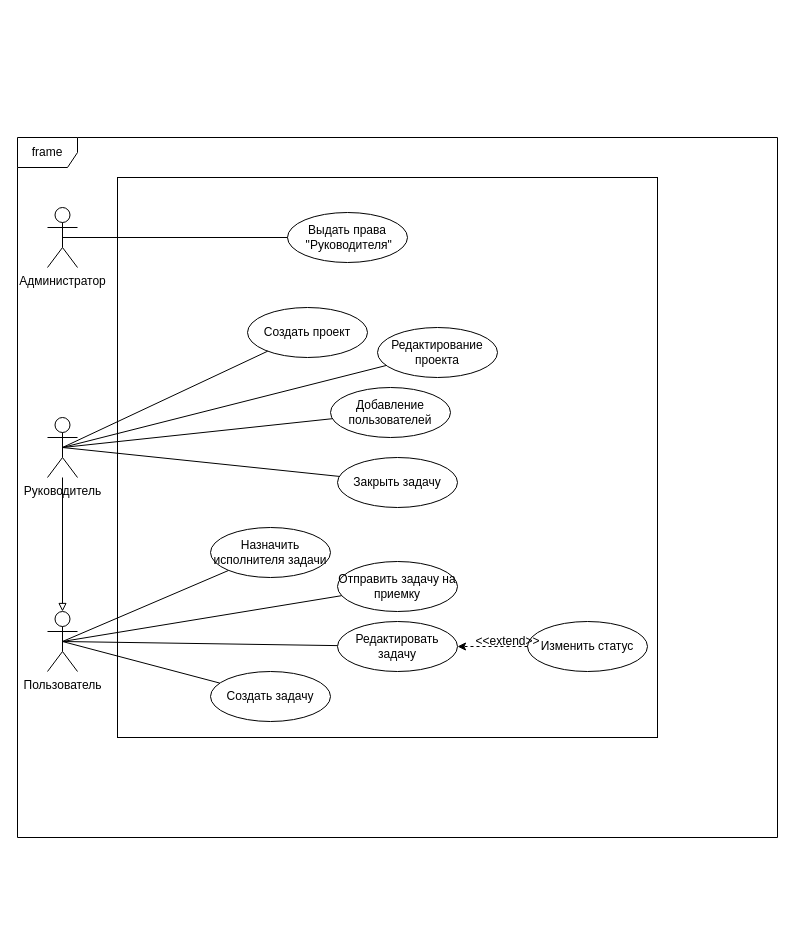
This is docs/diagrams/useCase/base.drawio from chenko16/task-managment, a draw.io file, before an edit. Source tidied: cells renumbered, new cells numbered last; positions are measured from the earlier drawing's top-left corner, leaving out a move shared by most shapes. Both pictures are drawn from the tidied source at 100%, with x=0, y=0 at pixel (17, 137).
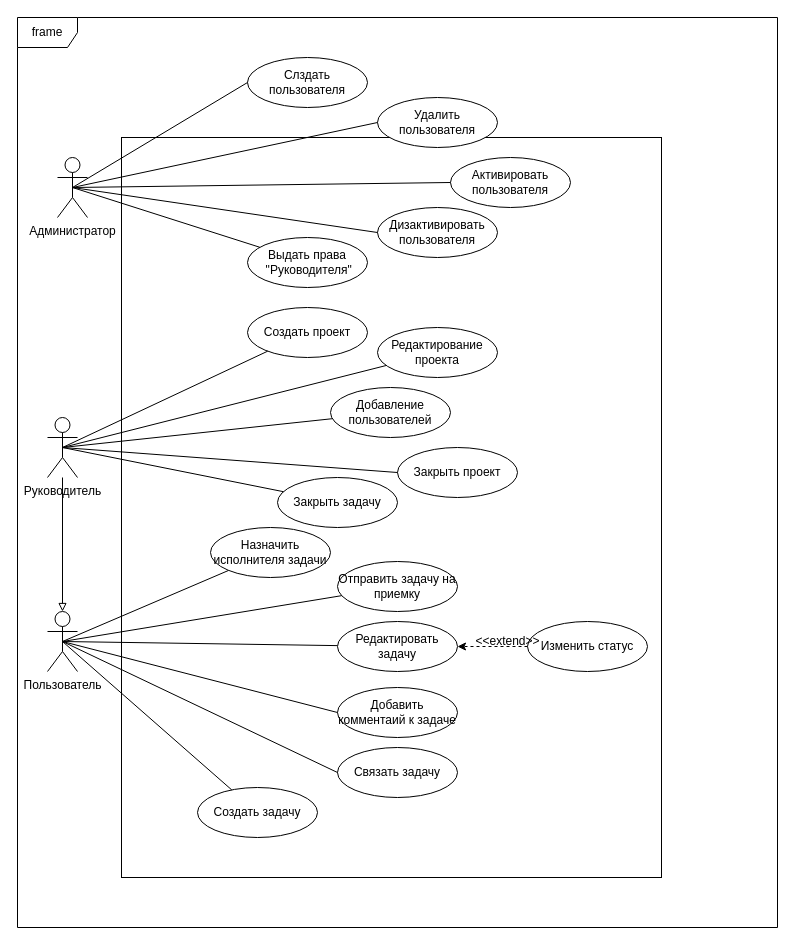
After the change.

Commit message:
Исправлена UseCase Diagram

The change refers to these unchanged cells:
```xml
<mxCell id="4" value="Руководитель" style="shape=umlActor;verticalLabelPosition=bottom;labelBackgroundColor=#ffffff;verticalAlign=top;html=1;outlineConnect=0;" parent="1" vertex="1">
  <mxGeometry x="30" y="280" width="30" height="60" as="geometry" />
</mxCell>
<mxCell id="8" value="Пользователь&lt;br&gt;" style="shape=umlActor;verticalLabelPosition=bottom;labelBackgroundColor=#ffffff;verticalAlign=top;html=1;outlineConnect=0;" parent="1" vertex="1">
  <mxGeometry x="30" y="474" width="30" height="60" as="geometry" />
</mxCell>
```

Diff of the diagram source:
```diff
@@
+    <mxCell id="3" value="frame" style="shape=umlFrame;whiteSpace=wrap;html=1;" parent="1" vertex="1">
+      <mxGeometry y="-120" width="760" height="910" as="geometry" />
+    </mxCell>
     <mxCell id="2" style="rounded=0;whiteSpace=wrap;html=1;" parent="1" vertex="1">
-      <mxGeometry x="100" y="40" width="540" height="560" as="geometry" />
+      <mxGeometry x="104" width="540" height="740" as="geometry" />
     </mxCell>
-    <mxCell id="3" value="frame" style="shape=umlFrame;whiteSpace=wrap;html=1;" parent="1" vertex="1">
-      <mxGeometry width="760" height="700" as="geometry" />
-    </mxCell>
@@
     <mxCell id="5" value="Администратор" style="shape=umlActor;verticalLabelPosition=bottom;labelBackgroundColor=#ffffff;verticalAlign=top;html=1;outlineConnect=0;" parent="1" vertex="1">
-      <mxGeometry x="30" y="70" width="30" height="60" as="geometry" />
+      <mxGeometry x="40" y="20" width="30" height="60" as="geometry" />
     </mxCell>
@@
     <mxCell id="9" value="Выдать права&lt;br&gt;&amp;nbsp;&quot;Руководителя&quot;" style="ellipse;whiteSpace=wrap;html=1;" parent="1" vertex="1">
-      <mxGeometry x="270" y="75" width="120" height="50" as="geometry" />
+      <mxGeometry x="230" y="100" width="120" height="50" as="geometry" />
     </mxCell>
@@
-    <mxCell id="11" style="edgeStyle=orthogonalEdgeStyle;rounded=0;jettySize=auto;html=1;exitX=0.5;exitY=0.5;exitDx=0;exitDy=0;exitPerimeter=0;endArrow=none;endFill=0;" parent="1" edge="1" source="5" target="9">
+    <mxCell id="11" style="rounded=0;jettySize=auto;html=1;exitX=0.5;exitY=0.5;exitDx=0;exitDy=0;exitPerimeter=0;endArrow=none;endFill=0;" parent="1" edge="1" source="5" target="9">
       <mxGeometry relative="1" as="geometry" />
     </mxCell>
@@
     <mxCell id="18" value="Создать задачу" style="ellipse;whiteSpace=wrap;html=1;" parent="1" vertex="1">
-      <mxGeometry x="193" y="534" width="120" height="50" as="geometry" />
+      <mxGeometry x="180" y="650" width="120" height="50" as="geometry" />
     </mxCell>
     <mxCell id="19" value="Закрыть задачу" style="ellipse;whiteSpace=wrap;html=1;" parent="1" vertex="1">
-      <mxGeometry x="320" y="320" width="120" height="50" as="geometry" />
+      <mxGeometry x="260" y="340" width="120" height="50" as="geometry" />
     </mxCell>
@@
+    <mxCell id="29" value="Слздать пользователя" style="ellipse;whiteSpace=wrap;html=1;" parent="1" vertex="1">
+      <mxGeometry x="230" y="-80" width="120" height="50" as="geometry" />
+    </mxCell>
+    <mxCell id="30" value="Удалить пользователя" style="ellipse;whiteSpace=wrap;html=1;" parent="1" vertex="1">
+      <mxGeometry x="360" y="-40" width="120" height="50" as="geometry" />
+    </mxCell>
+    <mxCell id="31" value="Активировать пользователя" style="ellipse;whiteSpace=wrap;html=1;" parent="1" vertex="1">
+      <mxGeometry x="433" y="20" width="120" height="50" as="geometry" />
+    </mxCell>
+    <mxCell id="32" value="Дизактивировать пользователя" style="ellipse;whiteSpace=wrap;html=1;" parent="1" vertex="1">
+      <mxGeometry x="360" y="70" width="120" height="50" as="geometry" />
+    </mxCell>
+    <mxCell id="33" style="rounded=0;jettySize=auto;html=1;exitX=0.5;exitY=0.5;exitDx=0;exitDy=0;exitPerimeter=0;endArrow=none;endFill=0;entryX=0;entryY=0.5;entryDx=0;entryDy=0;" parent="1" edge="1" source="5" target="29">
+      <mxGeometry relative="1" as="geometry" />
+    </mxCell>
+    <mxCell id="34" style="rounded=0;jettySize=auto;html=1;exitX=0.5;exitY=0.5;exitDx=0;exitDy=0;exitPerimeter=0;endArrow=none;endFill=0;entryX=0;entryY=0.5;entryDx=0;entryDy=0;" parent="1" edge="1" source="5" target="30">
+      <mxGeometry relative="1" as="geometry" />
+    </mxCell>
+    <mxCell id="35" style="rounded=0;jettySize=auto;html=1;exitX=0.5;exitY=0.5;exitDx=0;exitDy=0;exitPerimeter=0;endArrow=none;endFill=0;entryX=0;entryY=0.5;entryDx=0;entryDy=0;" parent="1" edge="1" source="5" target="31">
+      <mxGeometry relative="1" as="geometry" />
+    </mxCell>
+    <mxCell id="36" style="rounded=0;jettySize=auto;html=1;exitX=0.5;exitY=0.5;exitDx=0;exitDy=0;exitPerimeter=0;endArrow=none;endFill=0;entryX=0;entryY=0.5;entryDx=0;entryDy=0;" parent="1" edge="1" source="5" target="32">
+      <mxGeometry relative="1" as="geometry" />
+    </mxCell>
+    <mxCell id="37" value="Добавить комментаий к задаче" style="ellipse;whiteSpace=wrap;html=1;" parent="1" vertex="1">
+      <mxGeometry x="320" y="550" width="120" height="50" as="geometry" />
+    </mxCell>
+    <mxCell id="38" style="edgeStyle=none;rounded=0;jettySize=auto;html=1;exitX=0.5;exitY=0.5;exitDx=0;exitDy=0;exitPerimeter=0;endArrow=none;endFill=0;entryX=0;entryY=0.5;entryDx=0;entryDy=0;" parent="1" edge="1" source="8" target="37">
+      <mxGeometry relative="1" as="geometry" />
+    </mxCell>
+    <mxCell id="39" value="Закрыть проект" style="ellipse;whiteSpace=wrap;html=1;" parent="1" vertex="1">
+      <mxGeometry x="380" y="310" width="120" height="50" as="geometry" />
+    </mxCell>
+    <mxCell id="40" style="edgeStyle=none;rounded=0;jettySize=auto;html=1;exitX=0.5;exitY=0.5;exitDx=0;exitDy=0;exitPerimeter=0;endArrow=none;endFill=0;entryX=0;entryY=0.5;entryDx=0;entryDy=0;" parent="1" edge="1" source="4" target="39">
+      <mxGeometry relative="1" as="geometry" />
+    </mxCell>
+    <mxCell id="41" value="Связать задачу" style="ellipse;whiteSpace=wrap;html=1;" parent="1" vertex="1">
+      <mxGeometry x="320" y="610" width="120" height="50" as="geometry" />
+    </mxCell>
+    <mxCell id="42" style="edgeStyle=none;rounded=0;jettySize=auto;html=1;exitX=0.5;exitY=0.5;exitDx=0;exitDy=0;exitPerimeter=0;endArrow=none;endFill=0;entryX=0;entryY=0.5;entryDx=0;entryDy=0;" parent="1" edge="1" source="8" target="41">
+      <mxGeometry relative="1" as="geometry" />
+    </mxCell>
```
